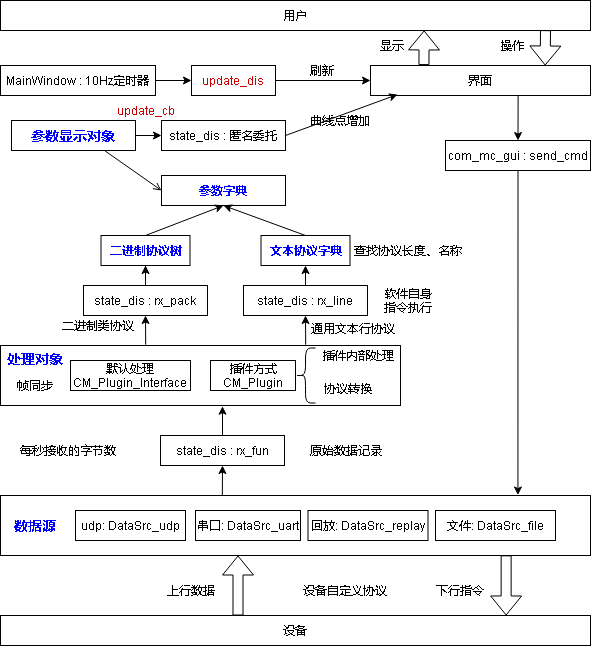
This is doc/draft/数据流程.png from yangzigy/com_mc, a draw.io export, as it was before one commit. Source tidied: cells renumbered, new cells last; positions are measured from the earlier drawing's top-left corner, leaving out a move shared by most shapes.
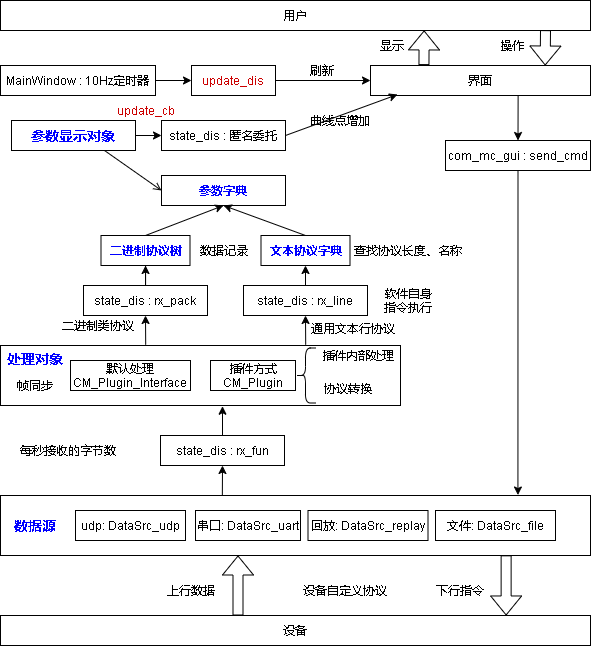
The same file after the commit.

Diff of the diagram source:
```diff
@@ -160,8 +160,8 @@
     <mxCell id="52" value="帧同步" style="text;html=1;strokeColor=none;fillColor=none;align=center;verticalAlign=middle;whiteSpace=wrap;rounded=0;" parent="1" vertex="1">
       <mxGeometry x="10" y="370" width="50" height="30" as="geometry" />
     </mxCell>
-    <mxCell id="53" value="原始数据记录" style="text;html=1;strokeColor=none;fillColor=none;align=center;verticalAlign=middle;whiteSpace=wrap;rounded=0;" parent="1" vertex="1">
-      <mxGeometry x="301" y="435" width="89" height="30" as="geometry" />
+    <mxCell id="53" value="数据记录" style="text;html=1;strokeColor=none;fillColor=none;align=center;verticalAlign=middle;whiteSpace=wrap;rounded=0;" parent="1" vertex="1">
+      <mxGeometry x="191" y="235" width="65" height="30" as="geometry" />
     </mxCell>
     <mxCell id="54" style="edgeStyle=orthogonalEdgeStyle;rounded=0;jettySize=auto;html=1;fontSize=14;fontColor=#0000FF;" parent="1" edge="1" source="55" target="58">
       <mxGeometry relative="1" as="geometry" />
```
